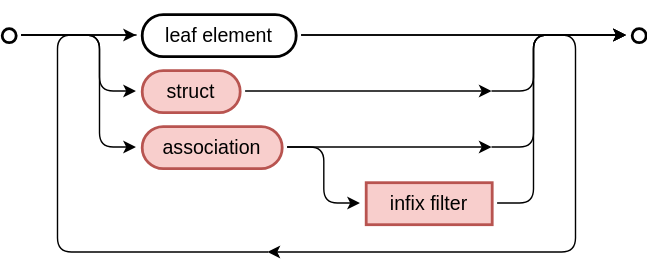
This is cds/assets/cxl/ref.drawio.svg from capire/docs, a draw.io export, as it was before one commit. Source tidied: cells renumbered, new cells last; positions are measured from the earlier drawing's top-left corner, leaving out a move shared by most shapes.
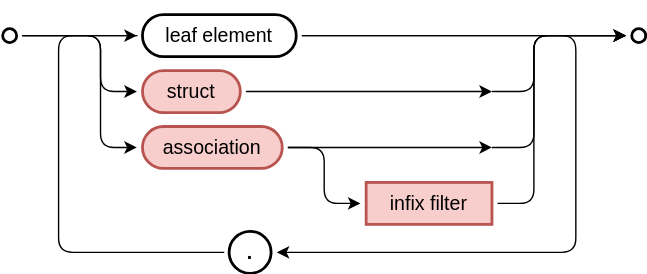
Above is the later version.

What changed in the source:
```diff
@@ -53,24 +53,21 @@
         </Array>
       </mxGeometry>
     </mxCell>
-    <mxCell id="15" style="edgeStyle=elbowEdgeStyle;rounded=1;jettySize=auto;html=1;endArrow=none;endFill=0;linecap=square;" parent="1" edge="1" source="16" target="3">
-      <mxGeometry relative="1" as="geometry">
-        <Array as="points">
-          <mxPoint x="40" y="110" />
-        </Array>
-      </mxGeometry>
-    </mxCell>
-    <mxCell id="16" style="ellipse;whiteSpace=wrap;html=1;fillColor=none;strokeColor=none;" parent="1" vertex="1">
-      <mxGeometry x="190" y="170" width="20" height="20" as="geometry" />
-    </mxCell>
-    <mxCell id="17" style="edgeStyle=elbowEdgeStyle;rounded=1;jettySize=auto;html=1;entryX=0;entryY=0.5;entryDx=0;entryDy=0;" parent="1" edge="1" source="3" target="16">
-      <mxGeometry relative="1" as="geometry">
-        <Array as="points">
-          <mxPoint x="410" y="100" />
-          <mxPoint x="430" y="90" />
-        </Array>
-      </mxGeometry>
-    </mxCell>
+    <mxCell id="24" style="edgeStyle=elbowEdgeStyle;rounded=1;jettySize=auto;html=1;endArrow=none;endFill=0;linecap=square;exitX=0;exitY=0.5;exitDx=0;exitDy=0;" parent="1" edge="1" source="26" target="3">
+      <mxGeometry relative="1" as="geometry">
+        <Array as="points">
+          <mxPoint x="40" y="110" />
+        </Array>
+      </mxGeometry>
+    </mxCell>
+    <mxCell id="25" style="edgeStyle=elbowEdgeStyle;rounded=1;jettySize=auto;html=1;entryX=1;entryY=0.5;entryDx=0;entryDy=0;" parent="1" edge="1" source="3" target="26">
+      <mxGeometry relative="1" as="geometry">
+        <Array as="points">
+          <mxPoint x="410" y="100" />
+          <mxPoint x="430" y="90" />
+        </Array>
+      </mxGeometry>
+    </mxCell>
     <mxCell id="18" style="ellipse;whiteSpace=wrap;html=1;fillColor=none;strokeColor=none;" parent="1" vertex="1">
       <mxGeometry x="350" y="55" width="20" height="20" as="geometry" />
     </mxCell>
@@ -97,5 +94,8 @@
     <mxCell id="23" style="ellipse;whiteSpace=wrap;html=1;fillColor=none;strokeColor=none;" parent="1" vertex="1">
       <mxGeometry x="20" width="20" height="20" as="geometry" />
     </mxCell>
+    <mxCell id="26" value="&lt;b&gt;.&lt;/b&gt;" style="rounded=1;whiteSpace=wrap;html=1;strokeWidth=2;arcSize=50;fontSize=14;perimeterSpacing=4;" parent="1" vertex="1">
+      <mxGeometry x="162" y="165" width="30" height="30" as="geometry" />
+    </mxCell>
   </root>
 </mxGraphModel>
```
